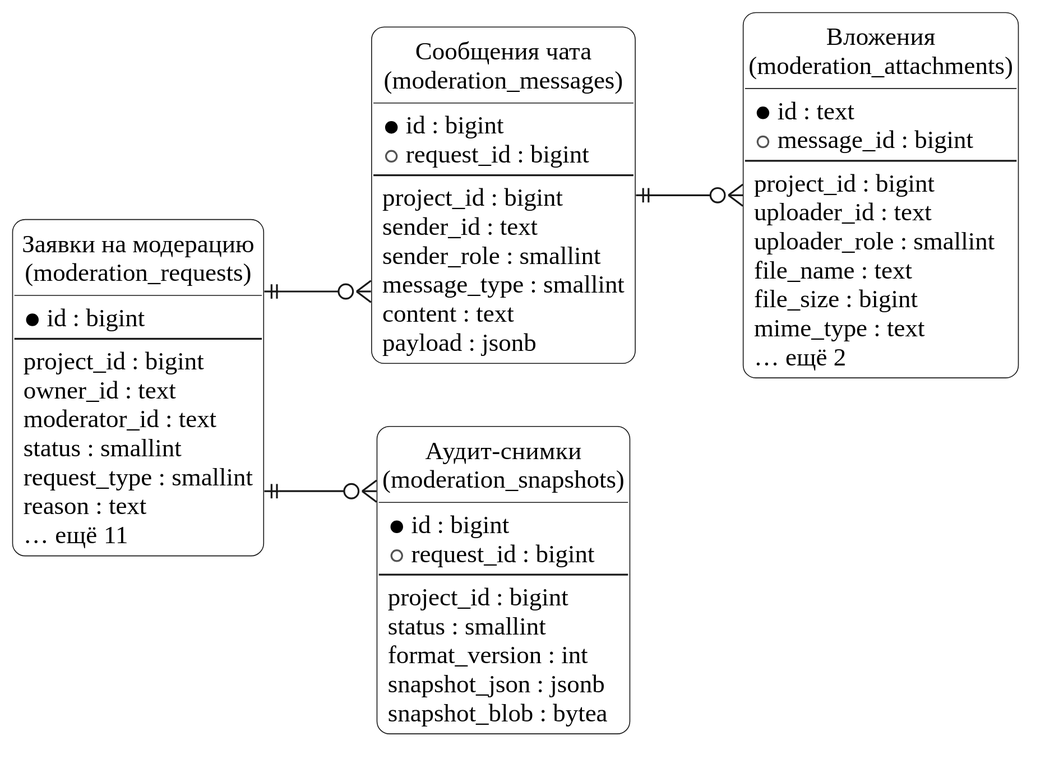
The PlantUML diagram docs/data-model/moderation.svg in Be4Die/game-developer-hub, before a commit.
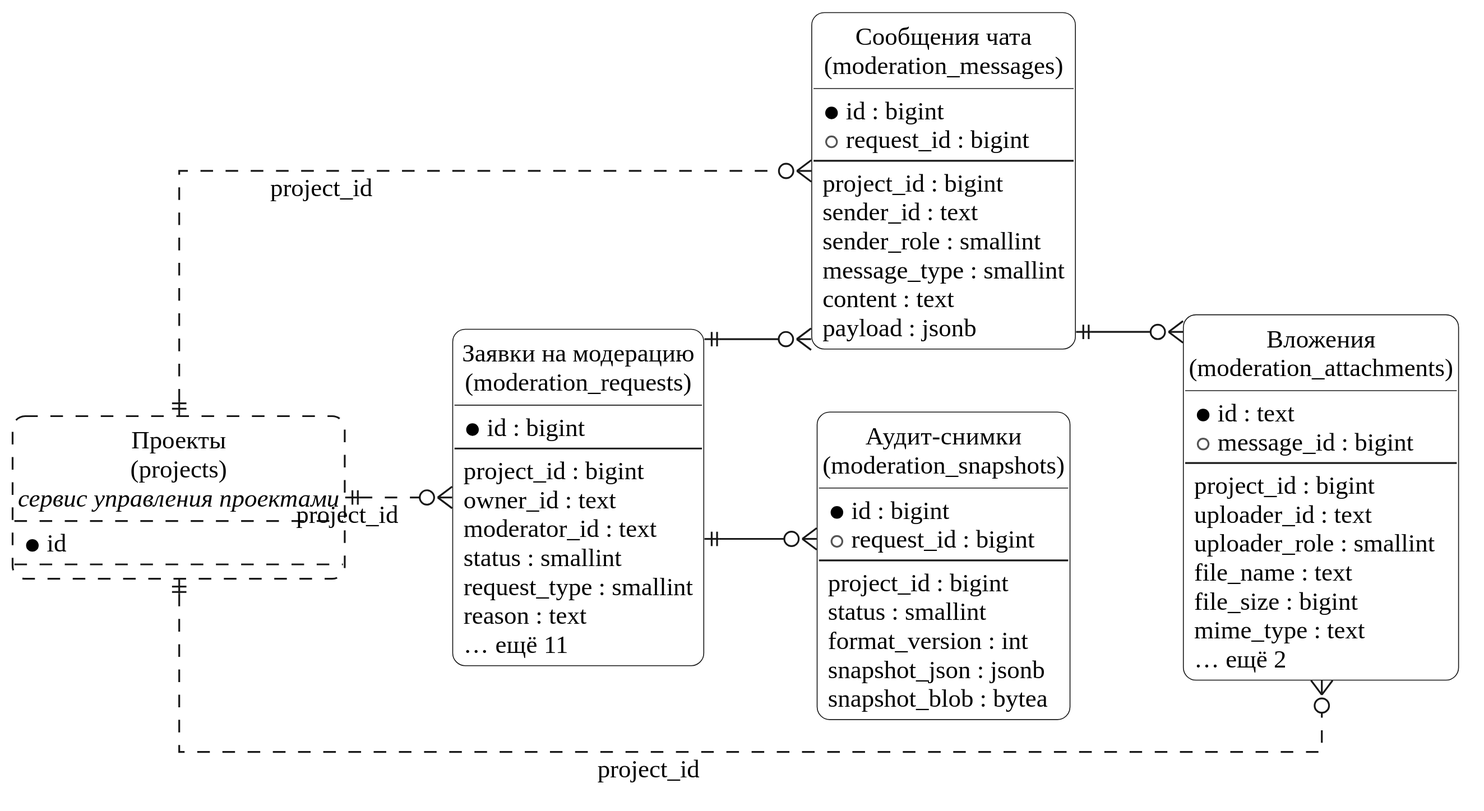
Above is the later version.

What changed in the source:
```diff
@@ -51,4 +51,10 @@
 moderation_requests ||--o{ moderation_messages
 moderation_messages ||--o{ moderation_attachments
 moderation_requests ||--o{ moderation_snapshots
+entity "Проекты\n(projects)\n<i>сервис управления проектами</i>" as projects #line.dashed {
+  * id
+}
+projects ||..o{ moderation_requests : project_id
+projects ||..o{ moderation_messages : project_id
+projects ||..o{ moderation_attachments : project_id
 @enduml
```
